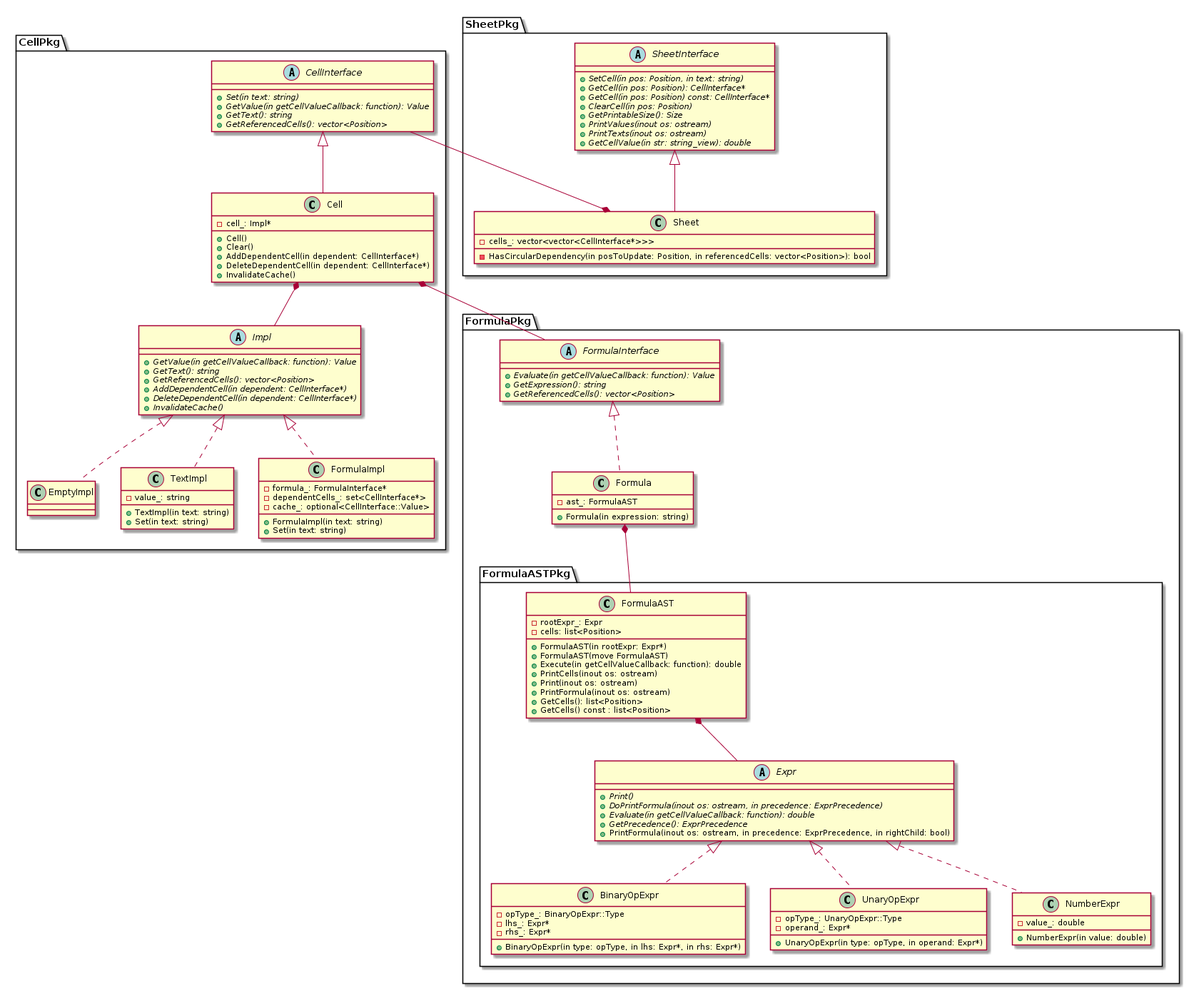
Above: uml/png/table.png in kazarynau/YandexPraktikumFinal (PlantUML), before the change.
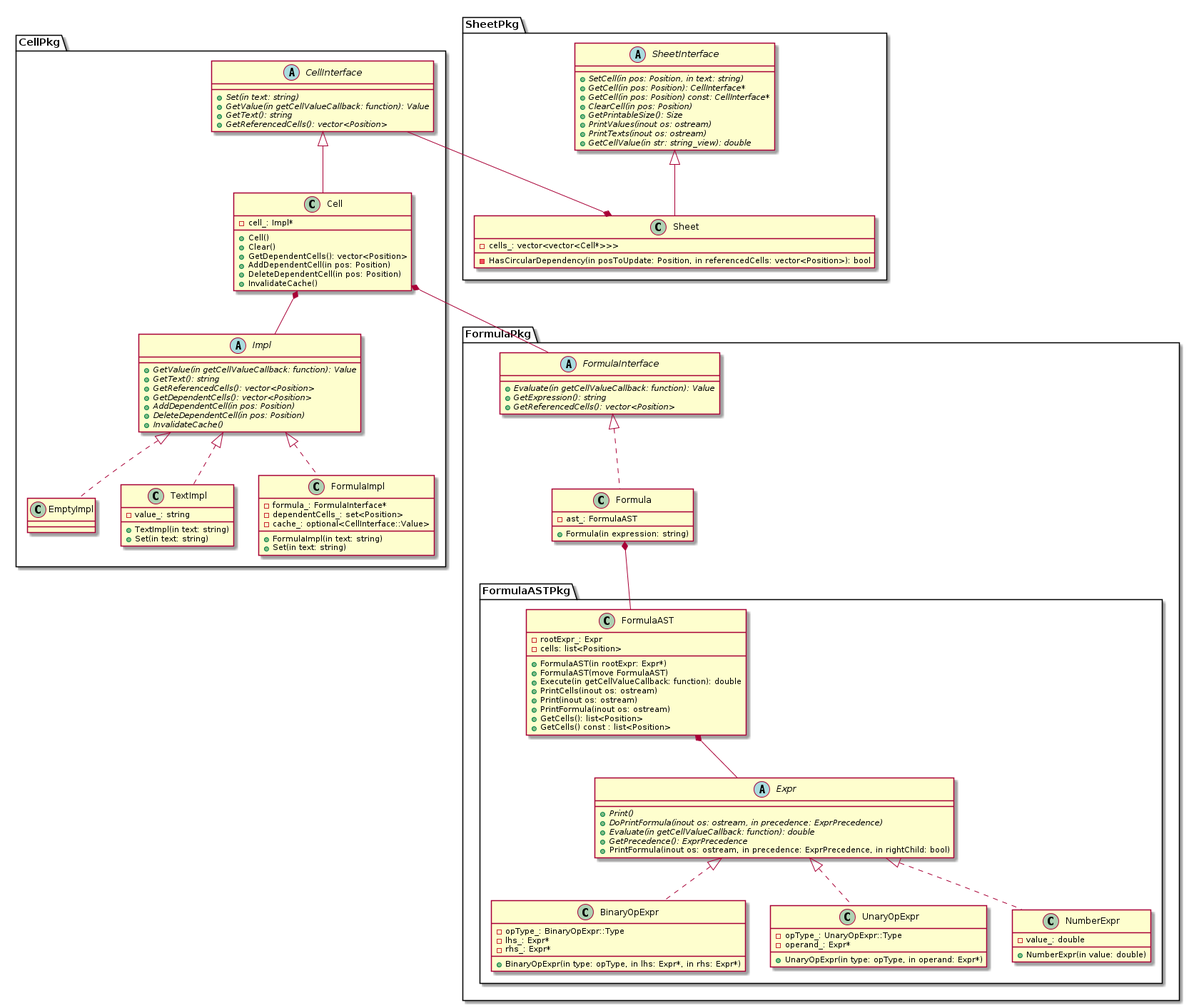
Later version of the same file.

The edit, as a diff of the source:
```diff
@@ -6,8 +6,9 @@
     +{abstract} GetValue(in getCellValueCallback: function): Value
     +{abstract} GetText(): string
     +{abstract} GetReferencedCells(): vector<Position>
-    +{abstract} AddDependentCell(in dependent: CellInterface*)
-    +{abstract} DeleteDependentCell(in dependent: CellInterface*)
+    +{abstract} GetDependentCells(): vector<Position>
+    +{abstract} AddDependentCell(in pos: Position)
+    +{abstract} DeleteDependentCell(in pos: Position)
     +{abstract} InvalidateCache()
 }
 
@@ -24,7 +25,7 @@
     +FormulaImpl(in text: string)
     +Set(in text: string)
     -formula_: FormulaInterface*
-    -dependentCells_: set<CellInterface*>
+    -dependentCells_: set<Position>
     -cache_: optional<CellInterface::Value>
 }
 
@@ -43,8 +44,9 @@
 class Cell {
     +Cell()
     +Clear()
-    +AddDependentCell(in dependent: CellInterface*)
-    +DeleteDependentCell(in dependent: CellInterface*)
+    +GetDependentCells(): vector<Position>
+    +AddDependentCell(in pos: Position)
+    +DeleteDependentCell(in pos: Position)
     +InvalidateCache()
     -cell_: Impl*
 }
@@ -68,7 +70,7 @@
 }
 
 class Sheet {
-    -cells_: vector<vector<CellInterface*>>>
+    -cells_: vector<vector<Cell*>>>
     -HasCircularDependency(in posToUpdate: Position, in referencedCells: vector<Position>): bool
 }
 
```
